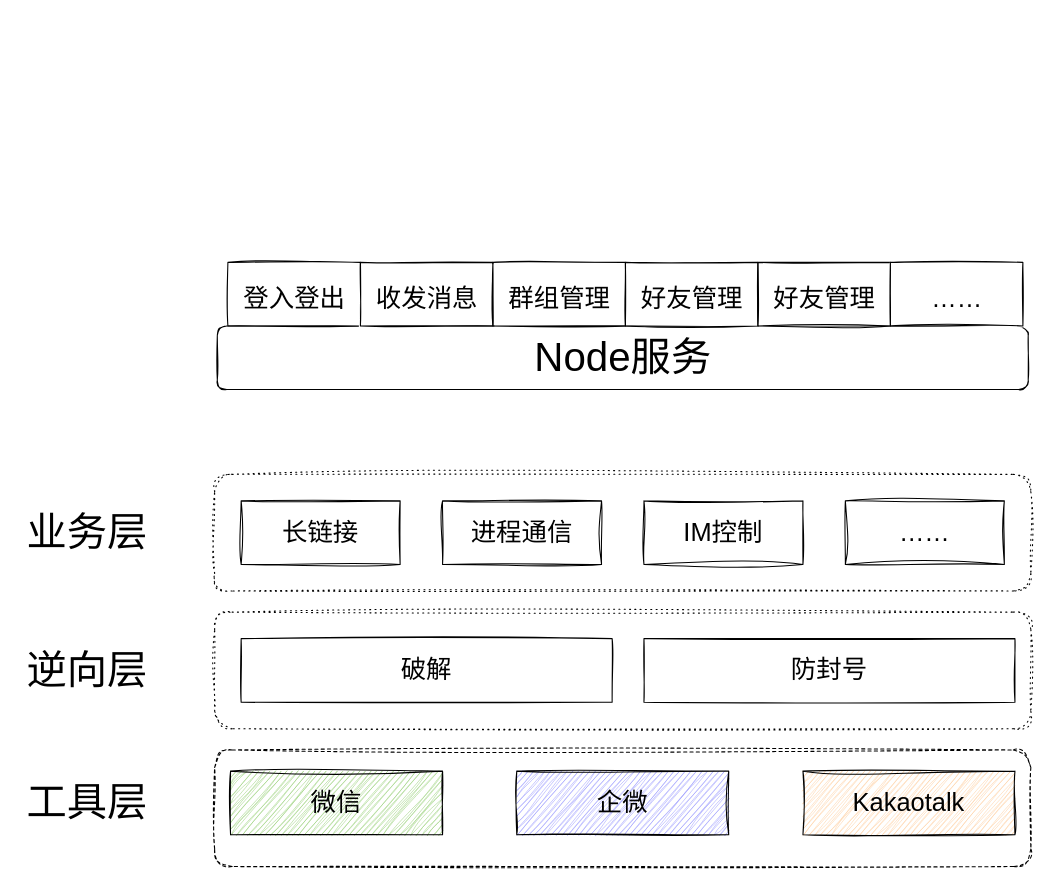
Above: im.drawio in skindhu/AlphaAnimationView (draw.io), before the change. Source tidied: cells renumbered, new cells numbered last; positions are measured from the earlier drawing's top-left corner, leaving out a move shared by most shapes. Both pictures are drawn from the tidied source at 106%, with x=0, y=0 at pixel (18, 262).
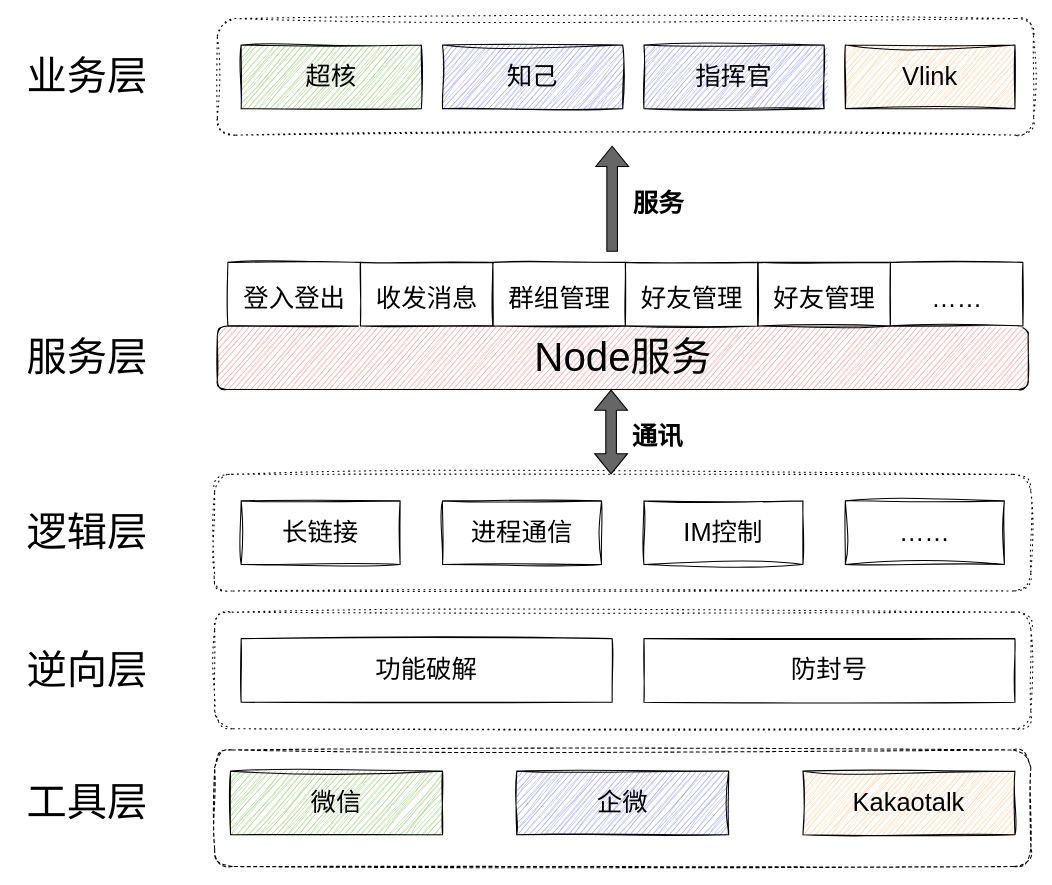
Above is the later version.

Diff of the diagram source:
```diff
@@
-    <mxCell id="7" value="破解" style="rounded=0;whiteSpace=wrap;html=1;sketch=1;fontSize=24;" parent="1" vertex="1">
+    <mxCell id="7" value="功能破解" style="rounded=0;whiteSpace=wrap;html=1;sketch=1;fontSize=24;" parent="1" vertex="1">
       <mxGeometry x="210" y="355" width="350" height="60" as="geometry" />
     </mxCell>
@@
-    <mxCell id="16" value="业务层" style="text;html=1;strokeColor=none;fillColor=none;align=center;verticalAlign=middle;whiteSpace=wrap;rounded=0;dashed=1;dashPattern=1 4;sketch=1;fontSize=38;" parent="1" vertex="1">
+    <mxCell id="16" value="逻辑层" style="text;html=1;strokeColor=none;fillColor=none;align=center;verticalAlign=middle;whiteSpace=wrap;rounded=0;dashed=1;dashPattern=1 4;sketch=1;fontSize=38;" parent="1" vertex="1">
       <mxGeometry y="240" width="130" height="30" as="geometry" />
     </mxCell>
-    <mxCell id="17" value="Node服务" style="rounded=1;whiteSpace=wrap;html=1;sketch=1;fontSize=38;gradientColor=none;" parent="1" vertex="1">
+    <mxCell id="17" value="Node服务" style="rounded=1;whiteSpace=wrap;html=1;sketch=1;fontSize=38;gradientColor=none;fillColor=#F19C99;" parent="1" vertex="1">
       <mxGeometry x="187.5" y="60" width="765" height="60" as="geometry" />
     </mxCell>
@@
+    <mxCell id="24" style="shape=flexArrow;endArrow=classic;startArrow=classic;html=1;rounded=0;fontSize=24;fillColor=#666666;" parent="1" edge="1">
+      <mxGeometry relative="1" as="geometry">
+        <mxPoint x="559" y="200" as="sourcePoint" />
+        <mxPoint x="559" y="120" as="targetPoint" />
+      </mxGeometry>
+    </mxCell>
+    <mxCell id="25" value="通讯" style="text;html=1;strokeColor=none;fillColor=none;align=center;verticalAlign=middle;whiteSpace=wrap;rounded=0;sketch=1;fontSize=24;fontStyle=1;" parent="1" vertex="1">
+      <mxGeometry x="572.5" y="150" width="60" height="30" as="geometry" />
+    </mxCell>
+    <mxCell id="26" value="服务层" style="text;html=1;strokeColor=none;fillColor=none;align=center;verticalAlign=middle;whiteSpace=wrap;rounded=0;dashed=1;dashPattern=1 4;sketch=1;fontSize=38;" parent="1" vertex="1">
+      <mxGeometry y="75" width="130" height="30" as="geometry" />
+    </mxCell>
+    <mxCell id="27" style="rounded=1;whiteSpace=wrap;html=1;fontSize=24;dashed=1;sketch=1;curveFitting=1;jiggle=2;dashPattern=1 4;" parent="1" vertex="1">
+      <mxGeometry x="187.5" y="-230" width="770" height="110" as="geometry" />
+    </mxCell>
+    <mxCell id="28" value="&lt;font style=&quot;font-size: 24px;&quot;&gt;超核&lt;/font&gt;" style="rounded=0;whiteSpace=wrap;html=1;fillColor=#97D077;sketch=1;curveFitting=1;jiggle=2;" parent="1" vertex="1">
+      <mxGeometry x="210" y="-205" width="170" height="60" as="geometry" />
+    </mxCell>
+    <mxCell id="29" value="&lt;font style=&quot;font-size: 24px;&quot;&gt;知己&lt;/font&gt;" style="rounded=0;whiteSpace=wrap;html=1;fillColor=#9999FF;sketch=1;curveFitting=1;jiggle=2;" parent="1" vertex="1">
+      <mxGeometry x="400" y="-205" width="170" height="60" as="geometry" />
+    </mxCell>
+    <mxCell id="30" value="&lt;font style=&quot;font-size: 24px;&quot;&gt;指挥官&lt;/font&gt;" style="rounded=0;whiteSpace=wrap;html=1;fillColor=#9999FF;sketch=1;curveFitting=1;jiggle=2;" parent="1" vertex="1">
+      <mxGeometry x="590" y="-205" width="170" height="60" as="geometry" />
+    </mxCell>
+    <mxCell id="31" value="&lt;font style=&quot;font-size: 24px;&quot;&gt;Vlink&lt;/font&gt;" style="rounded=0;whiteSpace=wrap;html=1;fillColor=#FFCE9F;sketch=1;curveFitting=1;jiggle=2;" parent="1" vertex="1">
+      <mxGeometry x="780" y="-205" width="160" height="60" as="geometry" />
+    </mxCell>
+    <mxCell id="32" value="业务层" style="text;html=1;strokeColor=none;fillColor=none;align=center;verticalAlign=middle;whiteSpace=wrap;rounded=0;dashed=1;dashPattern=1 4;sketch=1;fontSize=38;" parent="1" vertex="1">
+      <mxGeometry y="-190" width="130" height="30" as="geometry" />
+    </mxCell>
+    <mxCell id="33" style="shape=flexArrow;endArrow=classic;html=1;rounded=0;fontSize=24;fillColor=#666666;" parent="1" edge="1">
+      <mxGeometry relative="1" as="geometry">
+        <mxPoint x="560" y="-10" as="sourcePoint" />
+        <mxPoint x="560" y="-110" as="targetPoint" />
+      </mxGeometry>
+    </mxCell>
+    <mxCell id="34" value="服务" style="text;html=1;strokeColor=none;fillColor=none;align=center;verticalAlign=middle;whiteSpace=wrap;rounded=0;sketch=1;fontSize=24;fontStyle=1;" parent="1" vertex="1">
+      <mxGeometry x="574" y="-70" width="60" height="30" as="geometry" />
+    </mxCell>
```
